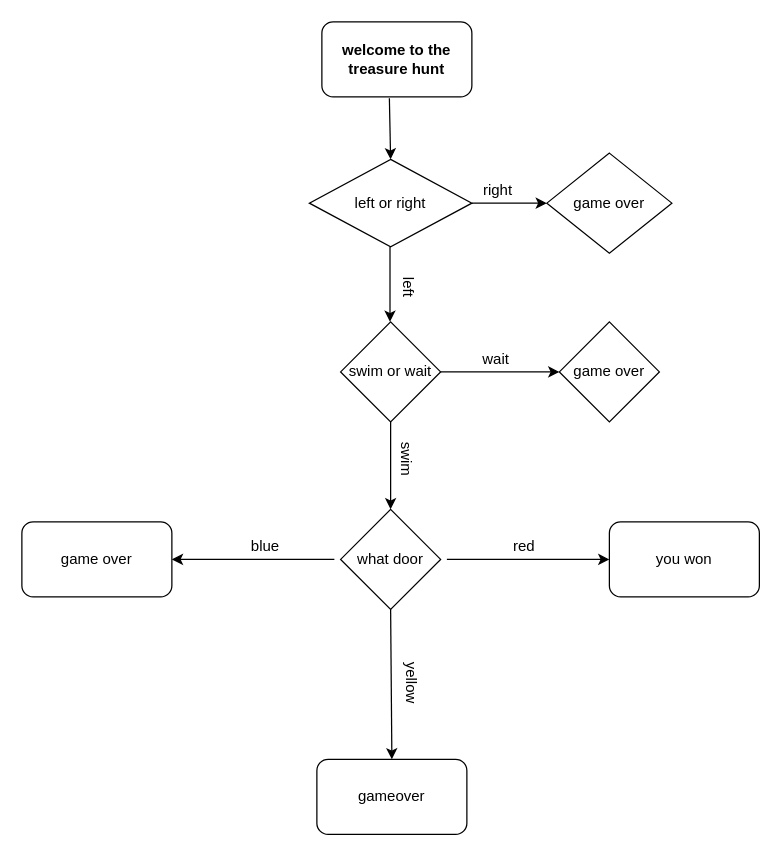
This is Untitled Diagram.drawio from asit0404/PROJ.PY, a draw.io file, before an edit. Source tidied: cells renumbered, new cells numbered last; positions are measured from the earlier drawing's top-left corner, leaving out a move shared by most shapes. Both pictures are drawn from the tidied source at 125%, with x=0, y=0 at pixel (21, 21).
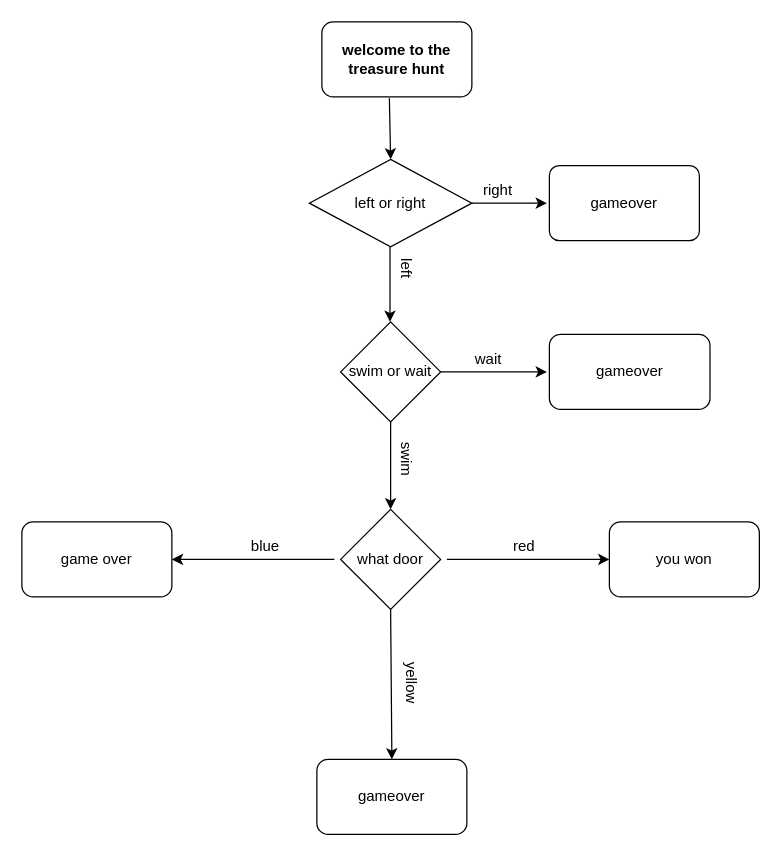
The same page after the edit.

Unchanged cells that the change refers to:
```xml
<mxCell id="4" value="left or right" style="rhombus;whiteSpace=wrap;html=1;labelBackgroundColor=none;" parent="1" vertex="1">
  <mxGeometry x="230" y="110" width="130" height="70" as="geometry" />
</mxCell>
<mxCell id="9" value="swim or wait" style="rhombus;whiteSpace=wrap;html=1;labelBackgroundColor=none;" parent="1" vertex="1">
  <mxGeometry x="255" y="240" width="80" height="80" as="geometry" />
</mxCell>
```

What changed in the source:
```diff
@@
-    <mxCell id="5" value="game over" style="rhombus;whiteSpace=wrap;html=1;labelBackgroundColor=none;" parent="1" vertex="1">
-      <mxGeometry x="420" y="105" width="100" height="80" as="geometry" />
-    </mxCell>
-    <mxCell id="6" style="endArrow=classic;html=1;rounded=0;entryX=0;entryY=0.5;entryDx=0;entryDy=0;exitX=1;exitY=0.5;exitDx=0;exitDy=0;labelBackgroundColor=none;fontColor=default;" parent="1" edge="1" source="4" target="5">
-      <mxGeometry relative="1" as="geometry" />
+    <mxCell id="6" style="endArrow=classic;html=1;rounded=0;entryX=0;entryY=0.5;entryDx=0;entryDy=0;exitX=1;exitY=0.5;exitDx=0;exitDy=0;labelBackgroundColor=none;fontColor=default;" parent="1" edge="1" source="4">
+      <mxGeometry relative="1" as="geometry">
+        <mxPoint x="420" y="145" as="targetPoint" />
+      </mxGeometry>
     </mxCell>
@@
-    <mxCell id="10" value="game over" style="rhombus;whiteSpace=wrap;html=1;labelBackgroundColor=none;" parent="1" vertex="1">
-      <mxGeometry x="430" y="240" width="80" height="80" as="geometry" />
-    </mxCell>
@@
-    <mxCell id="12" style="endArrow=classic;html=1;rounded=0;entryX=0;entryY=0.5;entryDx=0;entryDy=0;labelBackgroundColor=none;fontColor=default;exitX=1;exitY=0.5;exitDx=0;exitDy=0;" parent="1" edge="1" source="9" target="10">
-      <mxGeometry relative="1" as="geometry" />
+    <mxCell id="12" style="endArrow=classic;html=1;rounded=0;labelBackgroundColor=none;fontColor=default;exitX=1;exitY=0.5;exitDx=0;exitDy=0;" parent="1" edge="1" source="9">
+      <mxGeometry relative="1" as="geometry">
+        <mxPoint x="420" y="280" as="targetPoint" />
+      </mxGeometry>
     </mxCell>
@@
     <mxCell id="19" value="wait" style="text;html=1;align=center;verticalAlign=middle;rounded=0;fontColor=#000000;" parent="1" vertex="1">
-      <mxGeometry x="335" y="250" width="87" height="40" as="geometry" />
+      <mxGeometry x="335" y="250" width="75" height="40" as="geometry" />
     </mxCell>
@@
     <mxCell id="25" value="left" style="text;html=1;align=center;verticalAlign=middle;whiteSpace=wrap;rounded=0;fontColor=#000000;rotation=90;" parent="1" vertex="1">
-      <mxGeometry x="241" y="145" width="138" height="135" as="geometry" />
+      <mxGeometry x="239" y="130" width="138" height="135" as="geometry" />
     </mxCell>
+    <mxCell id="26" value="gameover" style="rounded=1;whiteSpace=wrap;html=1;arcSize=13;" parent="1" vertex="1">
+      <mxGeometry x="422" y="115" width="120" height="60" as="geometry" />
+    </mxCell>
+    <mxCell id="27" value="gameover" style="rounded=1;whiteSpace=wrap;html=1;" parent="1" vertex="1">
+      <mxGeometry x="422" y="250" width="128.5" height="60" as="geometry" />
+    </mxCell>
```
